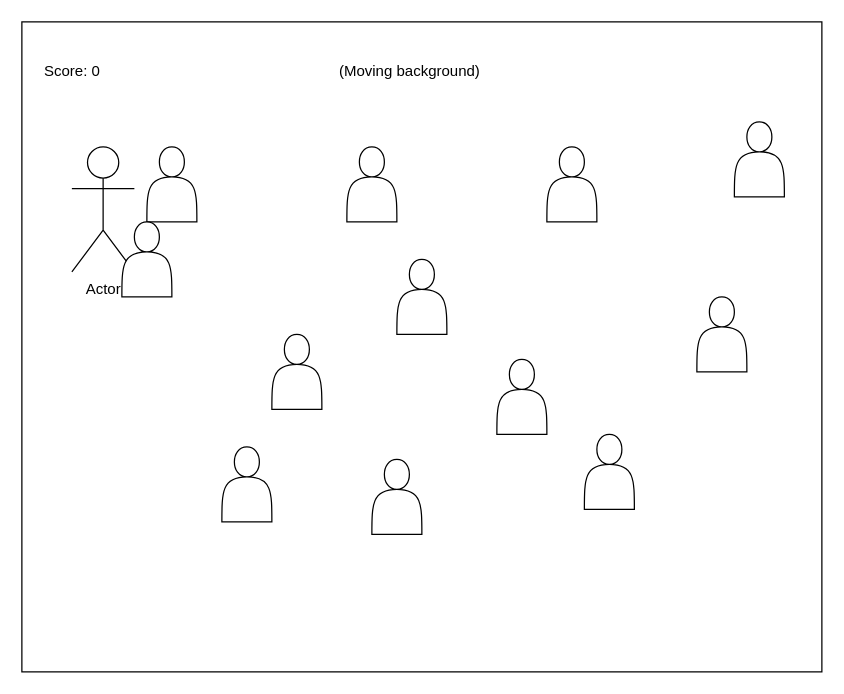
This is designs/storyboard.drawio from KaitlynIp64/Final-Project---Kaitlyn-and-Ava, a draw.io file, before an edit. Source tidied: cells renumbered, new cells numbered last; positions are measured from the earlier drawing's top-left corner, leaving out a move shared by most shapes. Both pictures are drawn from the tidied source at 125%, with x=0, y=0 at pixel (21, 21).
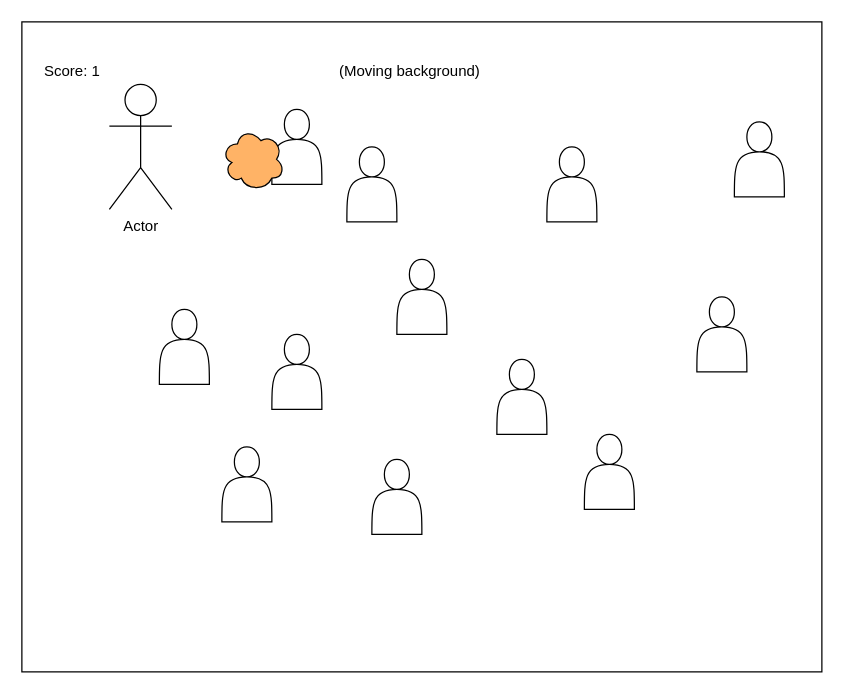
After the change.

Diff of the diagram source:
```diff
@@
 <mxGraphModel>
   <root>
     <mxCell id="0" />
     <mxCell id="1" parent="0" />
     <mxCell id="2" style="rounded=0;whiteSpace=wrap;html=1;" parent="1" vertex="1">
       <mxGeometry width="640" height="520" as="geometry" />
     </mxCell>
-    <mxCell id="3" value="Score: 0" style="text;html=1;align=center;verticalAlign=middle;strokeColor=none;fillColor=none;" parent="1" vertex="1">
+    <mxCell id="3" value="Score: 1" style="text;html=1;align=center;verticalAlign=middle;strokeColor=none;fillColor=none;" parent="1" vertex="1">
       <mxGeometry x="10" y="30" width="60" height="20" as="geometry" />
     </mxCell>
     <mxCell id="4" value="(Moving background)" style="text;html=1;align=center;verticalAlign=middle;strokeColor=none;fillColor=none;" parent="1" vertex="1">
       <mxGeometry x="245" y="30" width="130" height="20" as="geometry" />
     </mxCell>
     <mxCell id="5" value="Actor" style="shape=umlActor;verticalLabelPosition=bottom;verticalAlign=top;html=1;" parent="1" vertex="1">
-      <mxGeometry x="40" y="100" width="50" height="100" as="geometry" />
+      <mxGeometry x="70" y="50" width="50" height="100" as="geometry" />
     </mxCell>
     <mxCell id="6" style="shape=actor;whiteSpace=wrap;html=1;" parent="1" vertex="1">
-      <mxGeometry x="100" y="100" width="40" height="60" as="geometry" />
+      <mxGeometry x="200" y="70" width="40" height="60" as="geometry" />
     </mxCell>
     <mxCell id="7" style="shape=actor;whiteSpace=wrap;html=1;" parent="1" vertex="1">
       <mxGeometry x="570" y="80" width="40" height="60" as="geometry" />
     </mxCell>
     <mxCell id="8" style="shape=actor;whiteSpace=wrap;html=1;" parent="1" vertex="1">
       <mxGeometry x="300" y="190" width="40" height="60" as="geometry" />
     </mxCell>
     <mxCell id="9" style="shape=actor;whiteSpace=wrap;html=1;" parent="1" vertex="1">
       <mxGeometry x="420" y="100" width="40" height="60" as="geometry" />
     </mxCell>
     <mxCell id="10" style="shape=actor;whiteSpace=wrap;html=1;" parent="1" vertex="1">
       <mxGeometry x="280" y="350" width="40" height="60" as="geometry" />
     </mxCell>
     <mxCell id="11" style="shape=actor;whiteSpace=wrap;html=1;" parent="1" vertex="1">
-      <mxGeometry x="80" y="160" width="40" height="60" as="geometry" />
+      <mxGeometry x="110" y="230" width="40" height="60" as="geometry" />
     </mxCell>
     <mxCell id="12" style="shape=actor;whiteSpace=wrap;html=1;" parent="1" vertex="1">
       <mxGeometry x="380" y="270" width="40" height="60" as="geometry" />
     </mxCell>
     <mxCell id="13" style="shape=actor;whiteSpace=wrap;html=1;" parent="1" vertex="1">
       <mxGeometry x="540" y="220" width="40" height="60" as="geometry" />
     </mxCell>
     <mxCell id="14" style="shape=actor;whiteSpace=wrap;html=1;" parent="1" vertex="1">
       <mxGeometry x="200" y="250" width="40" height="60" as="geometry" />
     </mxCell>
     <mxCell id="15" style="shape=actor;whiteSpace=wrap;html=1;" parent="1" vertex="1">
       <mxGeometry x="260" y="100" width="40" height="60" as="geometry" />
     </mxCell>
     <mxCell id="16" style="shape=actor;whiteSpace=wrap;html=1;" parent="1" vertex="1">
       <mxGeometry x="450" y="330" width="40" height="60" as="geometry" />
     </mxCell>
     <mxCell id="17" style="shape=actor;whiteSpace=wrap;html=1;" parent="1" vertex="1">
       <mxGeometry x="160" y="340" width="40" height="60" as="geometry" />
     </mxCell>
+    <mxCell id="18" style="ellipse;shape=cloud;whiteSpace=wrap;html=1;fillColor=#FFB366;" parent="1" vertex="1">
+      <mxGeometry x="160" y="85" width="50" height="50" as="geometry" />
+    </mxCell>
   </root>
 </mxGraphModel>
```
